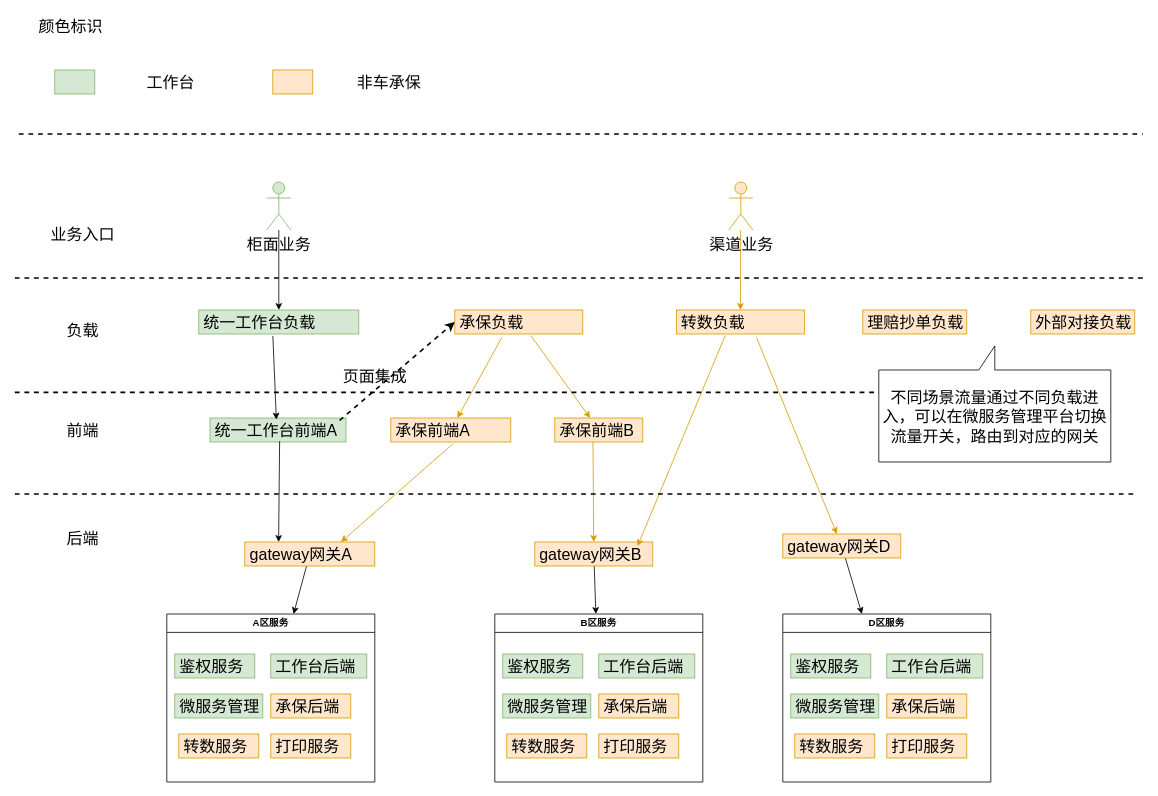
The draw.io diagram page "第 1 页" (1 of 6) of 网关代理架构图.drawio in java-zengguang/images, before the edit. Source tidied: cells renumbered, new cells numbered last; positions are measured from the earlier drawing's top-left corner, leaving out a move shared by most shapes. Both pictures are drawn from the tidied source at 80%, with x=0, y=0 at pixel (14, 14).
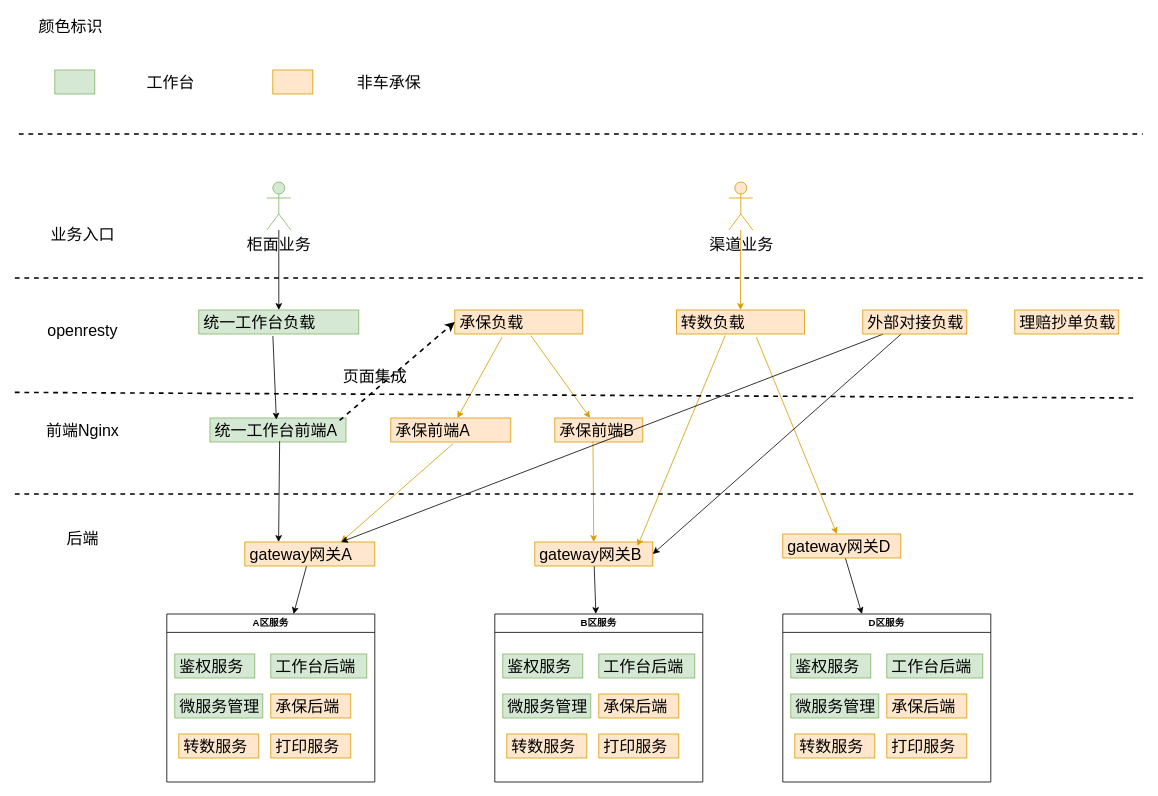
Above is the later version.

Unchanged cells that the change refers to:
```xml
<mxCell id="9" value="&lt;font style=&quot;font-size: 20px;&quot;&gt;gateway网关A&lt;/font&gt;" style="text;strokeColor=#d79b00;fillColor=#ffe6cc;align=left;verticalAlign=middle;spacingLeft=4;spacingRight=4;overflow=hidden;points=[[0,0.5],[1,0.5]];portConstraint=eastwest;whiteSpace=wrap;html=1;" parent="1" vertex="1">
  <mxGeometry x="287.5" y="660" width="162.5" height="30" as="geometry" />
</mxCell>
<mxCell id="11" value="&lt;font style=&quot;font-size: 20px;&quot;&gt;gateway网关B&lt;/font&gt;" style="text;strokeColor=#d79b00;fillColor=#ffe6cc;align=left;verticalAlign=middle;spacingLeft=4;spacingRight=4;overflow=hidden;points=[[0,0.5],[1,0.5]];portConstraint=eastwest;whiteSpace=wrap;html=1;" parent="1" vertex="1">
  <mxGeometry x="650" y="660" width="147.5" height="30" as="geometry" />
</mxCell>
```

Change to the diagram source:
```diff
@@
     <mxCell id="36" style="endArrow=none;dashed=1;html=1;rounded=0;strokeWidth=2;" parent="1" edge="1">
       <mxGeometry relative="1" as="geometry">
         <mxPoint y="473" as="sourcePoint" />
-        <mxPoint x="1135" y="473" as="targetPoint" />
+        <mxPoint x="1400" y="480" as="targetPoint" />
       </mxGeometry>
     </mxCell>
@@
-    <mxCell id="39" value="&lt;span style=&quot;font-size: 20px;&quot;&gt;负载&lt;/span&gt;" style="text;html=1;align=center;verticalAlign=middle;whiteSpace=wrap;rounded=0;" parent="1" vertex="1">
-      <mxGeometry x="30" y="380" width="110" height="30" as="geometry" />
+    <mxCell id="39" value="&lt;span style=&quot;font-size: 20px;&quot;&gt;openresty&lt;/span&gt;" style="text;html=1;align=center;verticalAlign=middle;whiteSpace=wrap;rounded=0;" parent="1" vertex="1">
+      <mxGeometry x="25" y="380" width="120" height="30" as="geometry" />
     </mxCell>
-    <mxCell id="40" value="&lt;font style=&quot;font-size: 20px;&quot;&gt;前端&lt;/font&gt;" style="text;html=1;align=center;verticalAlign=middle;whiteSpace=wrap;rounded=0;" parent="1" vertex="1">
+    <mxCell id="40" value="&lt;font style=&quot;font-size: 20px;&quot;&gt;前端Nginx&lt;/font&gt;" style="text;html=1;align=center;verticalAlign=middle;whiteSpace=wrap;rounded=0;" parent="1" vertex="1">
       <mxGeometry x="30" y="505" width="110" height="30" as="geometry" />
     </mxCell>
@@
     <mxCell id="63" value="&lt;font style=&quot;font-size: 20px;&quot;&gt;理赔抄单负载&lt;/font&gt;" style="text;strokeColor=#d79b00;fillColor=#ffe6cc;align=left;verticalAlign=middle;spacingLeft=4;spacingRight=4;overflow=hidden;whiteSpace=wrap;html=1;" parent="1" vertex="1">
-      <mxGeometry x="1060" y="370" width="130" height="30" as="geometry" />
+      <mxGeometry x="1250" y="370" width="130" height="30" as="geometry" />
     </mxCell>
+    <mxCell id="66" style="rounded=0;jettySize=auto;html=1;entryX=1;entryY=0.5;entryDx=0;entryDy=0;" parent="1" edge="1" source="64" target="11">
+      <mxGeometry relative="1" as="geometry" />
+    </mxCell>
+    <mxCell id="67" style="rounded=0;jettySize=auto;html=1;" parent="1" edge="1" source="64" target="9">
+      <mxGeometry relative="1" as="geometry" />
+    </mxCell>
     <mxCell id="64" value="&lt;font style=&quot;font-size: 20px;&quot;&gt;外部对接负载&lt;/font&gt;" style="text;strokeColor=#d79b00;fillColor=#ffe6cc;align=left;verticalAlign=middle;spacingLeft=4;spacingRight=4;overflow=hidden;points=[[0,0.5],[1,0.5]];portConstraint=eastwest;whiteSpace=wrap;html=1;" parent="1" vertex="1">
-      <mxGeometry x="1270" y="370" width="130" height="30" as="geometry" />
+      <mxGeometry x="1060" y="370" width="130" height="30" as="geometry" />
     </mxCell>
-    <mxCell id="65" value="&lt;font style=&quot;font-size: 20px;&quot;&gt;不同场景流量通过不同负载进入，可以在微服务管理平台切换流量开关，路由到对应的网关&lt;br&gt;&lt;/font&gt;" style="shape=callout;whiteSpace=wrap;html=1;perimeter=calloutPerimeter;direction=west;" parent="1" vertex="1">
-      <mxGeometry x="1080" y="415" width="290" height="145" as="geometry" />
-    </mxCell>
```
